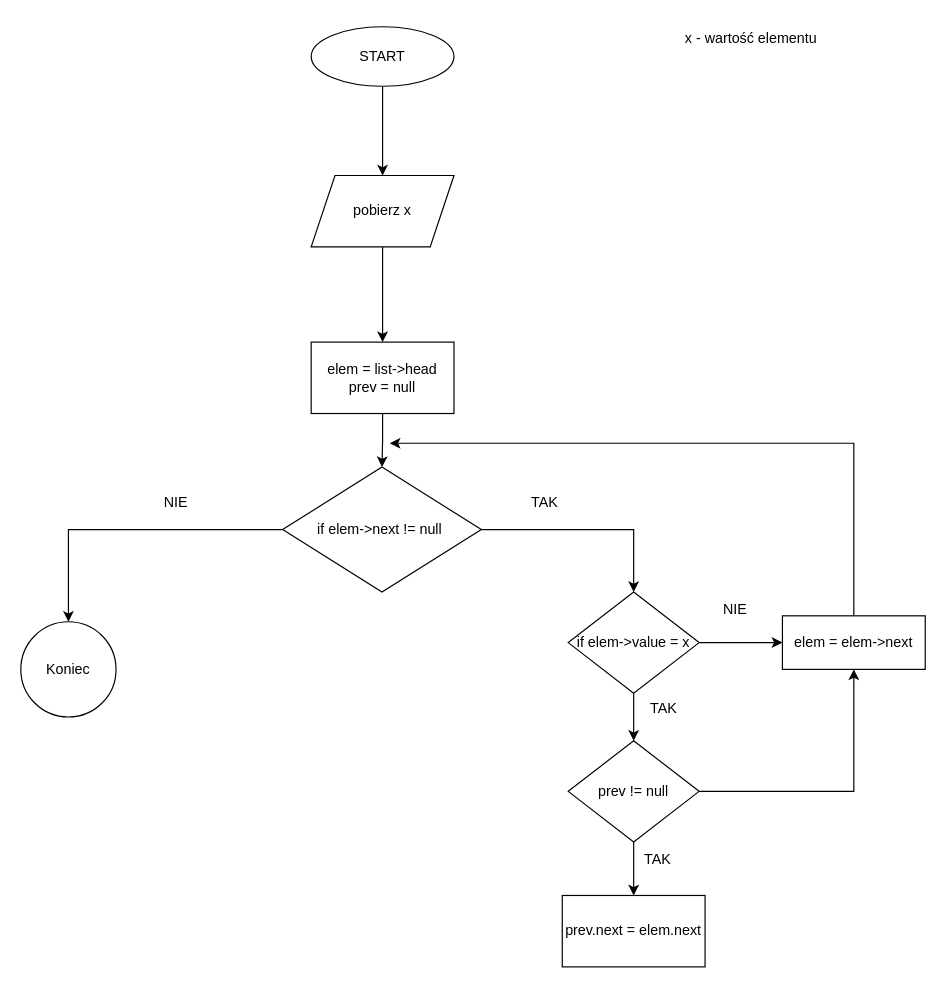
The draw.io diagram page "Zadanie 4" (5 of 13) of Diagram bez tytułu.drawio in Pawel-Lechki/algorytmy-cwiczenia, before the edit. Source tidied: cells renumbered, new cells numbered last; positions are measured from the earlier drawing's top-left corner, leaving out a move shared by most shapes. Both pictures are drawn from the tidied source at 119%, with x=0, y=0 at pixel (20, 20).
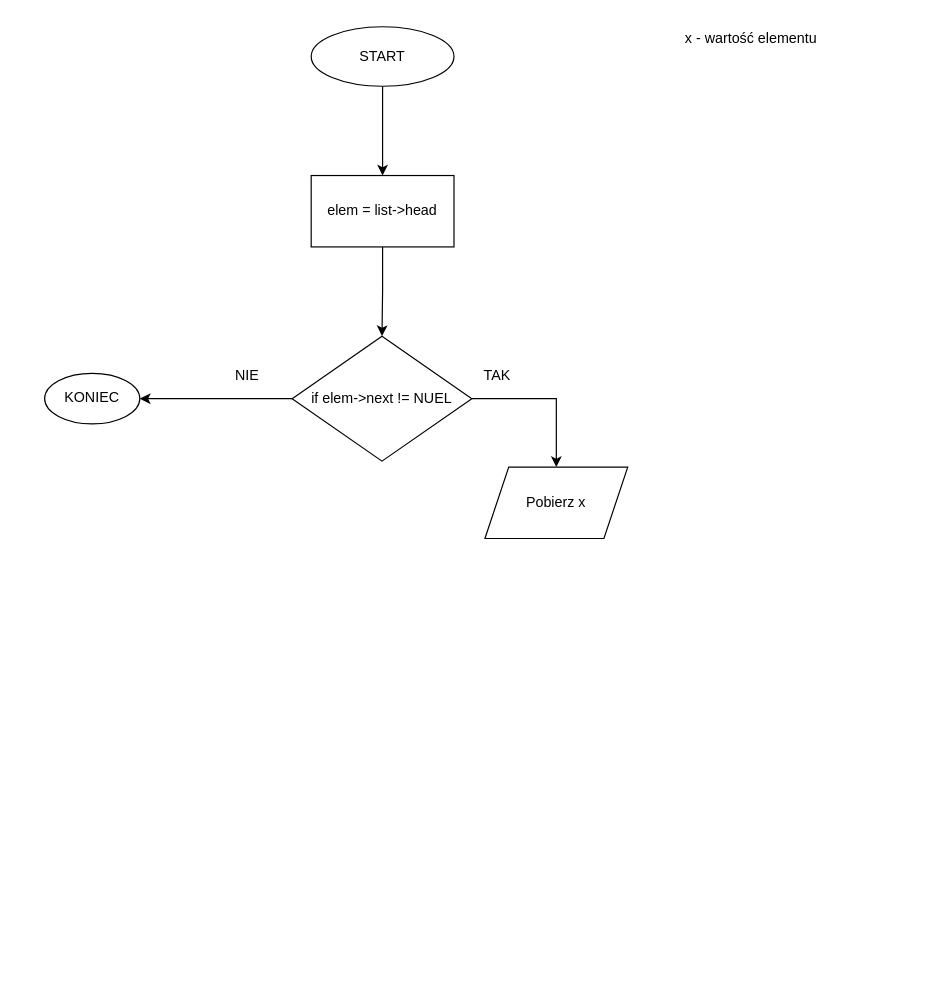
Above is the later version.

The change refers to these unchanged cells:
```xml
<mxCell id="3" value="START" style="ellipse;whiteSpace=wrap;html=1;" parent="1" vertex="1">
  <mxGeometry x="244" y="5" width="120" height="50" as="geometry" />
</mxCell>
```

The edit, as a diff of the source:
```diff
@@
-    <mxCell id="2" style="edgeStyle=orthogonalEdgeStyle;rounded=0;jettySize=auto;html=1;" parent="1" edge="1" source="3" target="5">
-      <mxGeometry relative="1" as="geometry" />
-    </mxCell>
+    <mxCell id="27" style="edgeStyle=orthogonalEdgeStyle;rounded=0;jettySize=auto;html=1;" parent="1" edge="1" source="3" target="29">
+      <mxGeometry relative="1" as="geometry" />
+    </mxCell>
@@
-    <mxCell id="4" style="edgeStyle=orthogonalEdgeStyle;rounded=0;jettySize=auto;html=1;" parent="1" edge="1" source="5" target="7">
-      <mxGeometry relative="1" as="geometry" />
-    </mxCell>
-    <mxCell id="5" value="pobierz x" style="shape=parallelogram;perimeter=parallelogramPerimeter;whiteSpace=wrap;html=1;fixedSize=1;" parent="1" vertex="1">
-      <mxGeometry x="244" y="130" width="120" height="60" as="geometry" />
-    </mxCell>
-    <mxCell id="6" style="edgeStyle=orthogonalEdgeStyle;rounded=0;jettySize=auto;html=1;" parent="1" edge="1" source="7" target="11">
-      <mxGeometry relative="1" as="geometry" />
-    </mxCell>
-    <mxCell id="7" value="elem = list-&amp;gt;head&lt;br&gt;prev = null" style="whiteSpace=wrap;html=1;" parent="1" vertex="1">
-      <mxGeometry x="244" y="270" width="120" height="60" as="geometry" />
-    </mxCell>
@@
-    <mxCell id="9" style="edgeStyle=orthogonalEdgeStyle;rounded=0;jettySize=auto;html=1;" parent="1" edge="1" source="11" target="12">
-      <mxGeometry relative="1" as="geometry" />
-    </mxCell>
-    <mxCell id="10" style="edgeStyle=orthogonalEdgeStyle;rounded=0;jettySize=auto;html=1;entryX=0.5;entryY=0;entryDx=0;entryDy=0;" parent="1" edge="1" source="11" target="19">
-      <mxGeometry relative="1" as="geometry" />
-    </mxCell>
-    <mxCell id="11" value="if elem-&amp;gt;next != null&amp;nbsp;" style="rhombus;whiteSpace=wrap;html=1;" parent="1" vertex="1">
-      <mxGeometry x="220" y="375" width="167" height="105" as="geometry" />
-    </mxCell>
-    <mxCell id="12" value="Koniec" style="ellipse;whiteSpace=wrap;html=1;" parent="1" vertex="1">
-      <mxGeometry y="505" width="80" height="80" as="geometry" />
-    </mxCell>
-    <mxCell id="13" value="NIE" style="text;html=1;align=center;verticalAlign=middle;strokeColor=none;fillColor=none;" parent="1" vertex="1">
-      <mxGeometry x="110" y="390" width="40" height="30" as="geometry" />
-    </mxCell>
-    <mxCell id="14" style="edgeStyle=orthogonalEdgeStyle;rounded=0;jettySize=auto;html=1;" parent="1" edge="1" source="15">
-      <mxGeometry relative="1" as="geometry">
-        <mxPoint x="310" y="355" as="targetPoint" />
-        <Array as="points">
-          <mxPoint x="700" y="355" />
-        </Array>
-      </mxGeometry>
-    </mxCell>
-    <mxCell id="15" value="elem = elem-&amp;gt;next" style="whiteSpace=wrap;html=1;" parent="1" vertex="1">
-      <mxGeometry x="640" y="500" width="120" height="45" as="geometry" />
-    </mxCell>
-    <mxCell id="16" value="TAK" style="text;html=1;align=center;verticalAlign=middle;strokeColor=none;fillColor=none;" parent="1" vertex="1">
-      <mxGeometry x="415" y="390" width="50" height="30" as="geometry" />
-    </mxCell>
-    <mxCell id="17" style="edgeStyle=orthogonalEdgeStyle;rounded=0;jettySize=auto;html=1;entryX=0;entryY=0.5;entryDx=0;entryDy=0;" parent="1" edge="1" source="19" target="15">
-      <mxGeometry relative="1" as="geometry" />
-    </mxCell>
-    <mxCell id="18" style="edgeStyle=orthogonalEdgeStyle;rounded=0;jettySize=auto;html=1;" parent="1" edge="1" source="19" target="23">
-      <mxGeometry relative="1" as="geometry" />
-    </mxCell>
-    <mxCell id="19" value="if elem-&amp;gt;value = x" style="rhombus;whiteSpace=wrap;html=1;" parent="1" vertex="1">
-      <mxGeometry x="460" y="480" width="110" height="85" as="geometry" />
-    </mxCell>
-    <mxCell id="20" value="NIE" style="text;html=1;align=center;verticalAlign=middle;strokeColor=none;fillColor=none;" parent="1" vertex="1">
-      <mxGeometry x="580" y="480" width="40" height="30" as="geometry" />
-    </mxCell>
-    <mxCell id="21" style="edgeStyle=orthogonalEdgeStyle;rounded=0;jettySize=auto;html=1;" parent="1" edge="1" source="23" target="24">
-      <mxGeometry relative="1" as="geometry" />
-    </mxCell>
-    <mxCell id="22" style="edgeStyle=orthogonalEdgeStyle;rounded=0;jettySize=auto;html=1;entryX=0.5;entryY=1;entryDx=0;entryDy=0;" parent="1" edge="1" source="23" target="15">
-      <mxGeometry relative="1" as="geometry" />
-    </mxCell>
-    <mxCell id="23" value="prev != null" style="rhombus;whiteSpace=wrap;html=1;" parent="1" vertex="1">
-      <mxGeometry x="460" y="605" width="110" height="85" as="geometry" />
-    </mxCell>
-    <mxCell id="24" value="prev.next = elem.next" style="whiteSpace=wrap;html=1;" parent="1" vertex="1">
-      <mxGeometry x="455" y="735" width="120" height="60" as="geometry" />
-    </mxCell>
-    <mxCell id="25" value="TAK" style="text;html=1;align=center;verticalAlign=middle;strokeColor=none;fillColor=none;" parent="1" vertex="1">
-      <mxGeometry x="510" y="690" width="50" height="30" as="geometry" />
-    </mxCell>
-    <mxCell id="26" value="TAK" style="text;html=1;align=center;verticalAlign=middle;strokeColor=none;fillColor=none;" parent="1" vertex="1">
-      <mxGeometry x="515" y="563" width="50" height="30" as="geometry" />
-    </mxCell>
+    <mxCell id="28" style="edgeStyle=orthogonalEdgeStyle;rounded=0;jettySize=auto;html=1;" parent="1" edge="1" source="29" target="32">
+      <mxGeometry relative="1" as="geometry" />
+    </mxCell>
+    <mxCell id="29" value="elem = list-&amp;gt;head" style="whiteSpace=wrap;html=1;" parent="1" vertex="1">
+      <mxGeometry x="244" y="130" width="120" height="60" as="geometry" />
+    </mxCell>
+    <mxCell id="30" style="edgeStyle=orthogonalEdgeStyle;rounded=0;jettySize=auto;html=1;" parent="1" edge="1" source="32" target="33">
+      <mxGeometry relative="1" as="geometry" />
+    </mxCell>
+    <mxCell id="31" style="edgeStyle=orthogonalEdgeStyle;rounded=0;jettySize=auto;html=1;" parent="1" edge="1" source="32" target="35">
+      <mxGeometry relative="1" as="geometry" />
+    </mxCell>
+    <mxCell id="32" value="if elem-&amp;gt;next != NUEL" style="rhombus;whiteSpace=wrap;html=1;" parent="1" vertex="1">
+      <mxGeometry x="228" y="265" width="151" height="105" as="geometry" />
+    </mxCell>
+    <mxCell id="33" value="KONIEC" style="ellipse;whiteSpace=wrap;html=1;" parent="1" vertex="1">
+      <mxGeometry x="20" y="296.2" width="80" height="42.5" as="geometry" />
+    </mxCell>
+    <mxCell id="34" value="NIE" style="text;html=1;align=center;verticalAlign=middle;strokeColor=none;fillColor=none;" parent="1" vertex="1">
+      <mxGeometry x="170" y="283" width="40" height="30" as="geometry" />
+    </mxCell>
+    <mxCell id="35" value="Pobierz x" style="shape=parallelogram;perimeter=parallelogramPerimeter;whiteSpace=wrap;html=1;fixedSize=1;" parent="1" vertex="1">
+      <mxGeometry x="390" y="375" width="120" height="60" as="geometry" />
+    </mxCell>
+    <mxCell id="36" value="TAK" style="text;html=1;align=center;verticalAlign=middle;strokeColor=none;fillColor=none;" parent="1" vertex="1">
+      <mxGeometry x="375" y="283" width="50" height="30" as="geometry" />
+    </mxCell>
```
